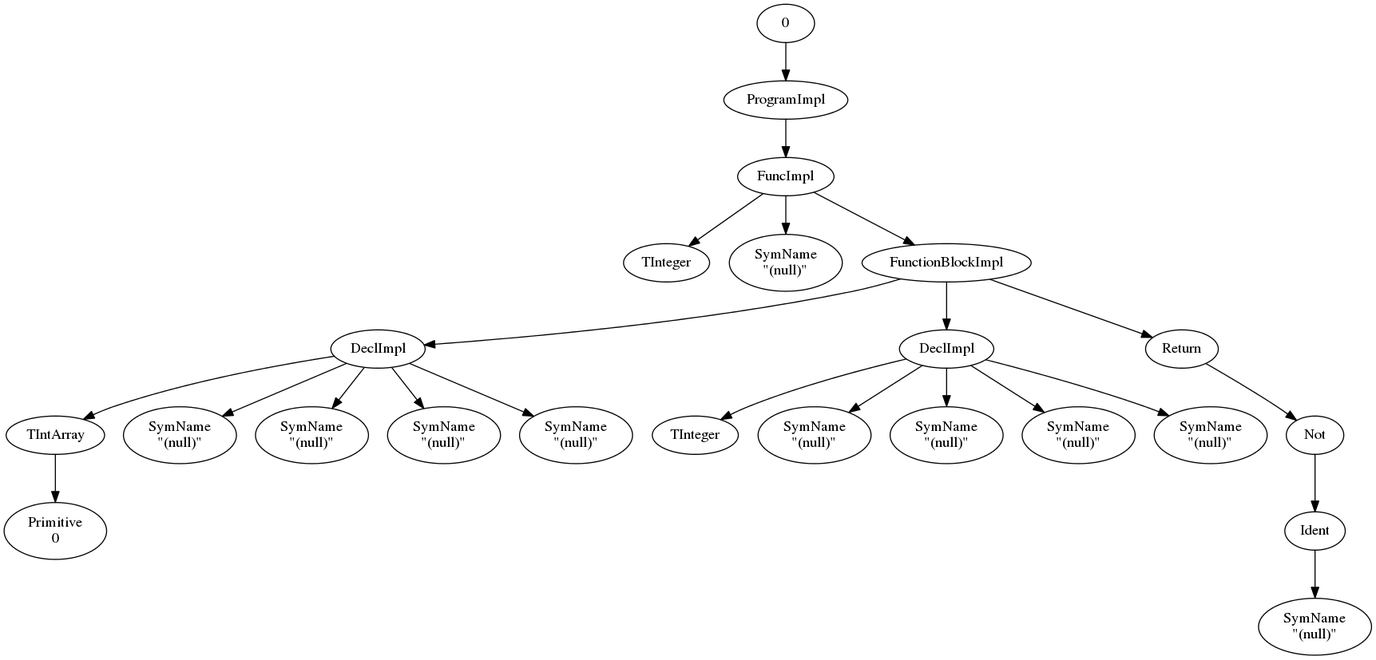
drewtaylors/cs160 keeps this Graphviz diagram as ast/testProgram.png. Above is the earlier version. Its source is kept beside it as ast/testProgram.dot.
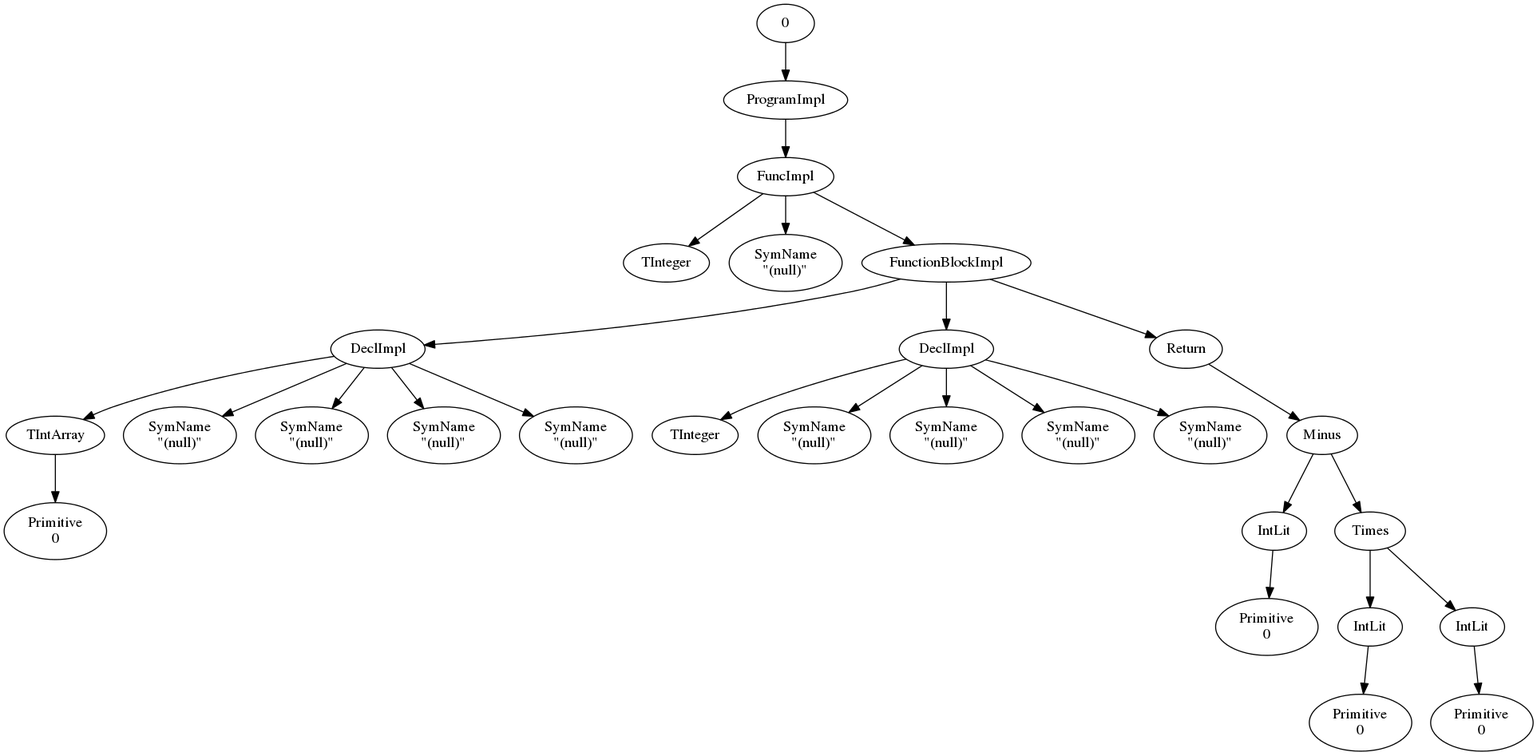
Above is the later version.

What changed in the source:
```diff
@@ -38,9 +38,19 @@
 "5" -> "19"
 "19" [label="Return"]
 "19" -> "20"
-"20" [label="Not"]
+"20" [label="Minus"]
 "20" -> "21"
-"21" [label="Ident"]
+"21" [label="IntLit"]
 "21" -> "22"
-"22" [label="SymName\n\"(null)\""]
+"22" [label="Primitive\n0"]
+"20" -> "23"
+"23" [label="Times"]
+"23" -> "24"
+"24" [label="IntLit"]
+"24" -> "25"
+"25" [label="Primitive\n0"]
+"23" -> "26"
+"26" [label="IntLit"]
+"26" -> "27"
+"27" [label="Primitive\n0"]
 };
```
